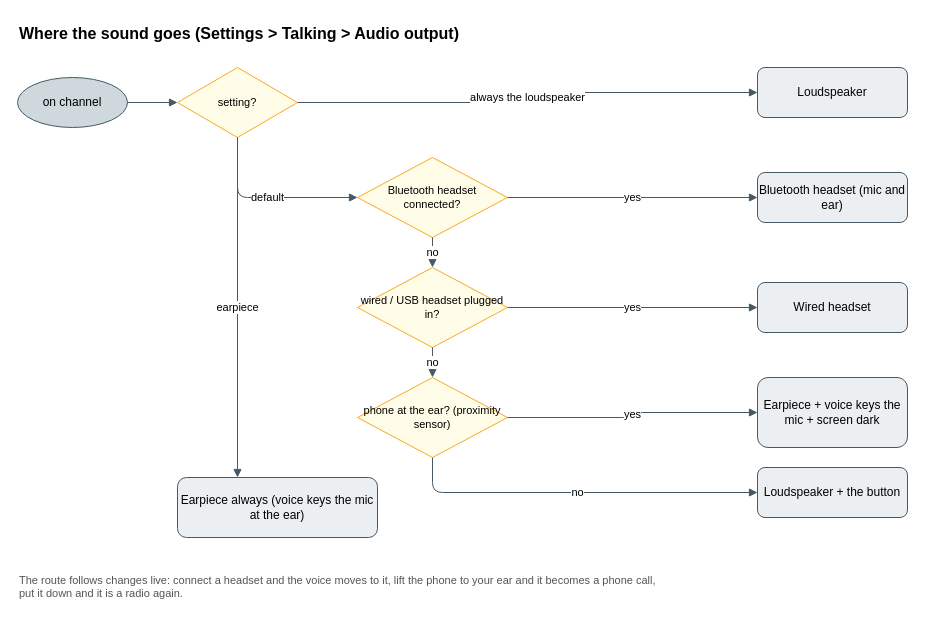
The draw.io diagram docs/diagrams/audio-route.drawio in KEGustafsson/android-push-to-talk, before the edit. Source tidied: cells renumbered, new cells numbered last; positions are measured from the earlier drawing's top-left corner, leaving out a move shared by most shapes. Both pictures are drawn from the tidied source at 100%, with x=0, y=0 at pixel (17, 17).
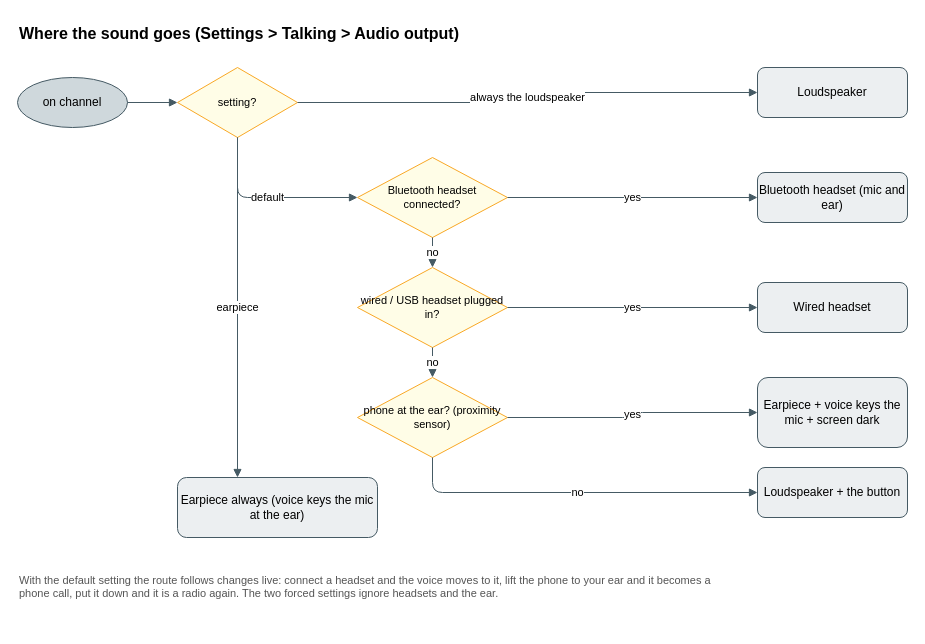
The same page after the edit.

Commit message (it also covers changes not shown here):
Address review: per-kind dedup key, relay is a setting, qualified notes, settings mock-up fits

The edit, as a diff of the source:
```diff
@@
-    <mxCell id="14" value="The route follows changes live: connect a headset and the voice moves to it, lift the phone to your ear and it becomes a phone call, put it down and it is a radio again." style="text;html=1;align=left;verticalAlign=top;whiteSpace=wrap;fontFamily=Helvetica;fontSize=11;fontColor=#555555;" parent="1" vertex="1">
-      <mxGeometry y="550" width="640" height="50" as="geometry" />
+    <mxCell id="14" value="With the default setting the route follows changes live: connect a headset and the voice moves to it, lift the phone to your ear and it becomes a phone call, put it down and it is a radio again. The two forced settings ignore headsets and the ear." style="text;html=1;align=left;verticalAlign=top;whiteSpace=wrap;fontFamily=Helvetica;fontSize=11;fontColor=#555555;" parent="1" vertex="1">
+      <mxGeometry y="550" width="700" height="60" as="geometry" />
     </mxCell>
```
